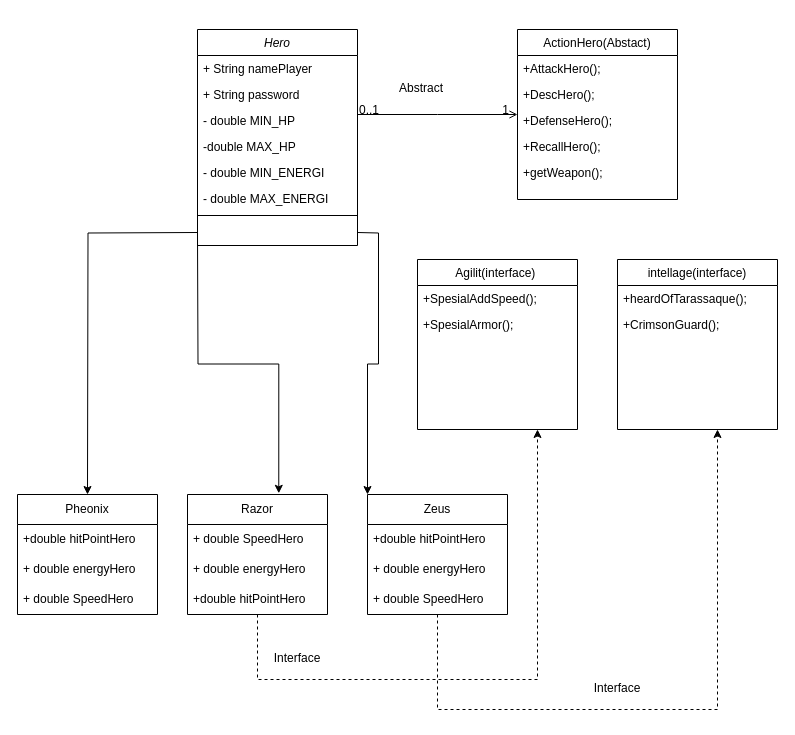
The draw.io diagram konsep/konsep-fix.drawio in szuryanailham/Interface__PBO_simulasi_game, before the edit. Source tidied: cells renumbered, new cells numbered last; positions are measured from the earlier drawing's top-left corner, leaving out a move shared by most shapes. Both pictures are drawn from the tidied source at 100%, with x=0, y=0 at pixel (17, 29).
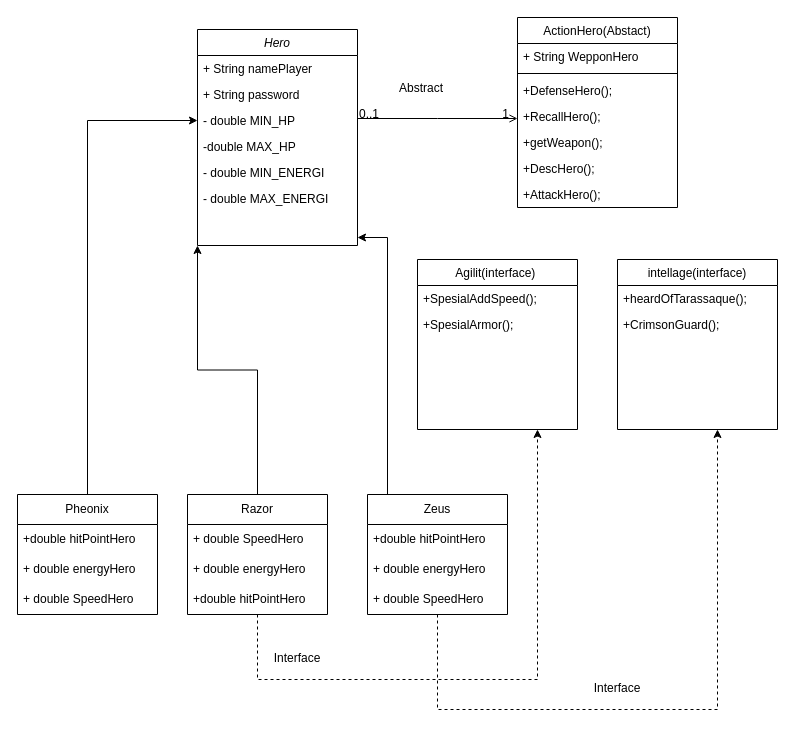
After the change.

Unchanged cells that the change refers to:
```xml
<mxCell id="2" value="Hero" style="swimlane;fontStyle=2;align=center;verticalAlign=top;horizontal=1;startSize=26;rounded=0;shadow=0;strokeWidth=1;" parent="1" vertex="1">
  <mxGeometry x="180" width="160" height="216" as="geometry" />
</mxCell>
<mxCell id="5" value="- double MIN_HP" style="text;align=left;verticalAlign=top;spacingLeft=4;spacingRight=4;overflow=hidden;points=[[0,0.5],[1,0.5]];portConstraint=eastwest;rounded=0;shadow=0;html=0;" parent="2" vertex="1">
  <mxGeometry y="78" width="160" height="26" as="geometry" />
</mxCell>
<mxCell id="26" value="Razor" style="swimlane;fontStyle=0;horizontal=1;startSize=30;whiteSpace=wrap;html=1;" parent="1" vertex="1">
  <mxGeometry x="170" y="465" width="140" height="120" as="geometry" />
</mxCell>
<mxCell id="33" value="Zeus" style="swimlane;fontStyle=0;horizontal=1;startSize=30;whiteSpace=wrap;html=1;" parent="1" vertex="1">
  <mxGeometry x="350" y="465" width="140" height="120" as="geometry" />
</mxCell>
<mxCell id="38" value="Pheonix" style="swimlane;fontStyle=0;horizontal=1;startSize=30;whiteSpace=wrap;html=1;" parent="1" vertex="1">
  <mxGeometry y="465" width="140" height="120" as="geometry" />
</mxCell>
```

The edit, as a diff of the source:
```diff
@@
+    <mxCell id="10" value="ActionHero(Abstact)" style="swimlane;fontStyle=0;align=center;verticalAlign=top;horizontal=1;startSize=26;rounded=0;shadow=0;strokeWidth=1;" parent="1" vertex="1">
+      <mxGeometry x="500" y="-12" width="160" height="190" as="geometry" />
+    </mxCell>
+    <mxCell id="45" value="+ String WepponHero" style="text;align=left;verticalAlign=top;spacingLeft=4;spacingRight=4;overflow=hidden;rounded=0;shadow=0;html=0;" parent="10" vertex="1">
+      <mxGeometry y="26" width="160" height="26" as="geometry" />
+    </mxCell>
-    <mxCell id="9" style="line;html=1;strokeWidth=1;align=left;verticalAlign=middle;spacingTop=-1;spacingLeft=3;spacingRight=3;labelPosition=right;" parent="2" vertex="1">
-      <mxGeometry y="182" width="160" height="8" as="geometry" />
+    <mxCell id="9" style="line;html=1;strokeWidth=1;align=left;verticalAlign=middle;spacingTop=-1;spacingLeft=3;spacingRight=3;labelPosition=right;" parent="10" vertex="1">
+      <mxGeometry y="52" width="160" height="8" as="geometry" />
     </mxCell>
-    <mxCell id="10" value="ActionHero(Abstact)" style="swimlane;fontStyle=0;align=center;verticalAlign=top;horizontal=1;startSize=26;rounded=0;shadow=0;strokeWidth=1;" parent="1" vertex="1">
-      <mxGeometry x="500" width="160" height="170" as="geometry" />
-    </mxCell>
-    <mxCell id="11" value="+AttackHero();" style="text;align=left;verticalAlign=top;spacingLeft=4;spacingRight=4;overflow=hidden;rounded=0;shadow=0;html=0;" parent="10" vertex="1">
-      <mxGeometry y="26" width="160" height="26" as="geometry" />
-    </mxCell>
-    <mxCell id="12" value="+DescHero();" style="text;align=left;verticalAlign=top;spacingLeft=4;spacingRight=4;overflow=hidden;rounded=0;shadow=0;html=0;" parent="10" vertex="1">
-      <mxGeometry y="52" width="160" height="26" as="geometry" />
-    </mxCell>
     <mxCell id="13" value="+DefenseHero();" style="text;align=left;verticalAlign=top;spacingLeft=4;spacingRight=4;overflow=hidden;rounded=0;shadow=0;html=0;" parent="10" vertex="1">
-      <mxGeometry y="78" width="160" height="26" as="geometry" />
+      <mxGeometry y="60" width="160" height="26" as="geometry" />
     </mxCell>
     <mxCell id="14" value="+RecallHero();" style="text;align=left;verticalAlign=top;spacingLeft=4;spacingRight=4;overflow=hidden;rounded=0;shadow=0;html=0;" parent="10" vertex="1">
-      <mxGeometry y="104" width="160" height="26" as="geometry" />
+      <mxGeometry y="86" width="160" height="26" as="geometry" />
     </mxCell>
     <mxCell id="15" value="+getWeapon();" style="text;align=left;verticalAlign=top;spacingLeft=4;spacingRight=4;overflow=hidden;rounded=0;shadow=0;html=0;" parent="10" vertex="1">
-      <mxGeometry y="130" width="160" height="26" as="geometry" />
+      <mxGeometry y="112" width="160" height="26" as="geometry" />
     </mxCell>
+    <mxCell id="12" value="+DescHero();" style="text;align=left;verticalAlign=top;spacingLeft=4;spacingRight=4;overflow=hidden;rounded=0;shadow=0;html=0;" parent="10" vertex="1">
+      <mxGeometry y="138" width="160" height="26" as="geometry" />
+    </mxCell>
+    <mxCell id="11" value="+AttackHero();" style="text;align=left;verticalAlign=top;spacingLeft=4;spacingRight=4;overflow=hidden;rounded=0;shadow=0;html=0;" parent="10" vertex="1">
+      <mxGeometry y="164" width="160" height="26" as="geometry" />
+    </mxCell>
@@
+    <mxCell id="46" style="edgeStyle=orthogonalEdgeStyle;rounded=0;jettySize=auto;html=1;entryX=0;entryY=1;entryDx=0;entryDy=0;" parent="1" edge="1" source="26" target="2">
+      <mxGeometry relative="1" as="geometry" />
+    </mxCell>
@@
-    <mxCell id="30" style="edgeStyle=orthogonalEdgeStyle;rounded=0;jettySize=auto;html=1;entryX=0.652;entryY=-0.01;entryDx=0;entryDy=0;entryPerimeter=0;" parent="1" edge="1" target="26">
-      <mxGeometry relative="1" as="geometry">
-        <mxPoint x="180" y="203" as="sourcePoint" />
-      </mxGeometry>
-    </mxCell>
-    <mxCell id="31" style="edgeStyle=orthogonalEdgeStyle;rounded=0;orthogonalLoop=1;jettySize=auto;html=1;entryX=0.5;entryY=0;entryDx=0;entryDy=0;" parent="1" edge="1">
-      <mxGeometry relative="1" as="geometry">
-        <mxPoint x="180" y="203" as="sourcePoint" />
-        <mxPoint x="70" y="465" as="targetPoint" />
-      </mxGeometry>
-    </mxCell>
@@
+    <mxCell id="47" style="edgeStyle=orthogonalEdgeStyle;rounded=0;jettySize=auto;html=1;" parent="1" edge="1" source="33">
+      <mxGeometry relative="1" as="geometry">
+        <mxPoint x="340" y="208" as="targetPoint" />
+        <Array as="points">
+          <mxPoint x="370" y="208" />
+        </Array>
+      </mxGeometry>
+    </mxCell>
@@
-    <mxCell id="37" style="edgeStyle=orthogonalEdgeStyle;rounded=0;jettySize=auto;html=1;entryX=0;entryY=0;entryDx=0;entryDy=0;" parent="1" edge="1" target="33">
-      <mxGeometry relative="1" as="geometry">
-        <mxPoint x="340" y="203" as="sourcePoint" />
-      </mxGeometry>
-    </mxCell>
+    <mxCell id="48" style="edgeStyle=orthogonalEdgeStyle;rounded=0;jettySize=auto;html=1;entryX=0;entryY=0.5;entryDx=0;entryDy=0;" parent="1" edge="1" source="38" target="5">
+      <mxGeometry relative="1" as="geometry" />
+    </mxCell>
```
